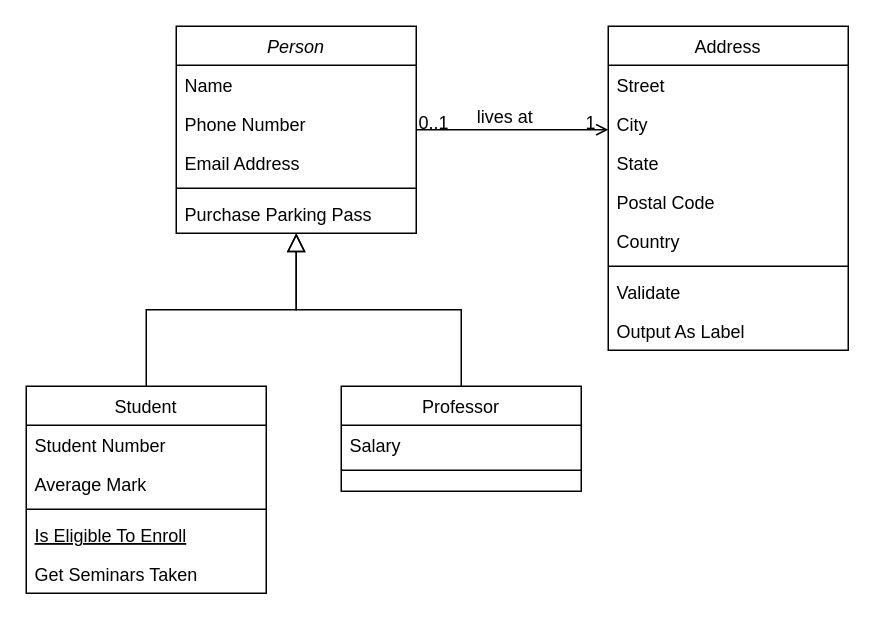
Another-Ashl3y/monarchytiles keeps this draw.io diagram as DevLog/Class Diagram.drawio. Above is the earlier version. Source tidied: cells renumbered, new cells numbered last; positions are measured from the earlier drawing's top-left corner, leaving out a move shared by most shapes. Both pictures are drawn from the tidied source at 150%, with x=0, y=0 at pixel (26, 26).
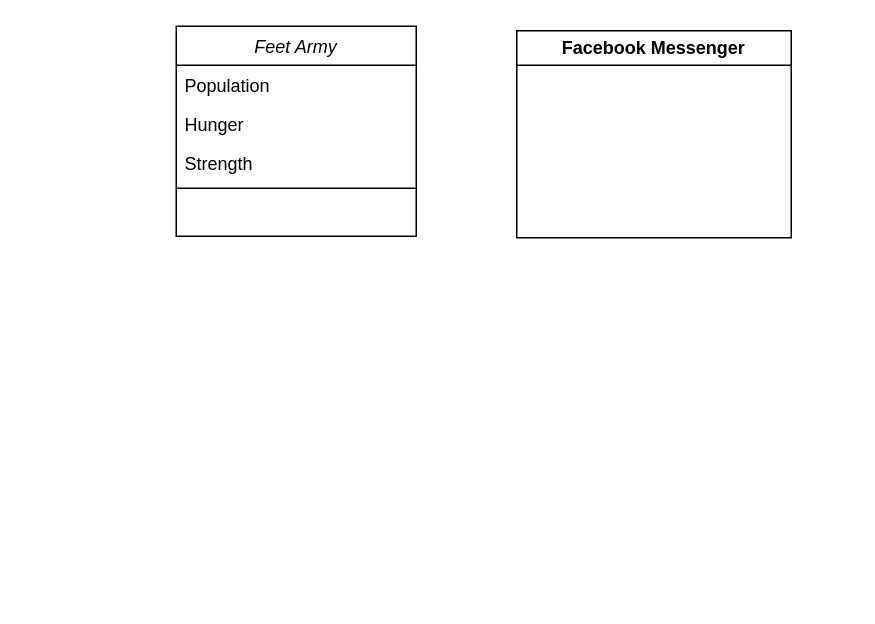
The same diagram, later.

Change to the diagram source:
```diff
@@
-    <mxCell id="2" value="Person" style="swimlane;fontStyle=2;align=center;verticalAlign=top;horizontal=1;startSize=26;rounded=0;shadow=0;strokeWidth=1;" parent="1" vertex="1">
-      <mxGeometry x="100" width="160" height="138" as="geometry" />
+    <mxCell id="2" value="Feet Army" style="swimlane;fontStyle=2;align=center;verticalAlign=top;horizontal=1;startSize=26;rounded=0;shadow=0;strokeWidth=1;" parent="1" vertex="1">
+      <mxGeometry x="100" width="160" height="140" as="geometry" />
     </mxCell>
-    <mxCell id="3" value="Name" style="text;align=left;verticalAlign=top;spacingLeft=4;spacingRight=4;overflow=hidden;" parent="2" vertex="1">
+    <mxCell id="3" value="Population" style="text;align=left;verticalAlign=top;spacingLeft=4;spacingRight=4;overflow=hidden;" parent="2" vertex="1">
       <mxGeometry y="26" width="160" height="26" as="geometry" />
     </mxCell>
-    <mxCell id="4" value="Phone Number" style="text;align=left;verticalAlign=top;spacingLeft=4;spacingRight=4;overflow=hidden;rounded=0;shadow=0;html=0;" parent="2" vertex="1">
+    <mxCell id="4" value="Hunger" style="text;align=left;verticalAlign=top;spacingLeft=4;spacingRight=4;overflow=hidden;rounded=0;shadow=0;html=0;" parent="2" vertex="1">
       <mxGeometry y="52" width="160" height="26" as="geometry" />
     </mxCell>
-    <mxCell id="5" value="Email Address" style="text;align=left;verticalAlign=top;spacingLeft=4;spacingRight=4;overflow=hidden;rounded=0;shadow=0;html=0;" parent="2" vertex="1">
+    <mxCell id="5" value="Strength" style="text;align=left;verticalAlign=top;spacingLeft=4;spacingRight=4;overflow=hidden;rounded=0;shadow=0;html=0;" parent="2" vertex="1">
       <mxGeometry y="78" width="160" height="26" as="geometry" />
     </mxCell>
@@
-    <mxCell id="7" value="Purchase Parking Pass" style="text;align=left;verticalAlign=top;spacingLeft=4;spacingRight=4;overflow=hidden;" parent="2" vertex="1">
-      <mxGeometry y="112" width="160" height="26" as="geometry" />
-    </mxCell>
-    <mxCell id="8" value="Student" style="swimlane;fontStyle=0;align=center;verticalAlign=top;horizontal=1;startSize=26;rounded=0;shadow=0;strokeWidth=1;" parent="1" vertex="1">
-      <mxGeometry y="240" width="160" height="138" as="geometry" />
-    </mxCell>
-    <mxCell id="9" value="Student Number" style="text;align=left;verticalAlign=top;spacingLeft=4;spacingRight=4;overflow=hidden;" parent="8" vertex="1">
-      <mxGeometry y="26" width="160" height="26" as="geometry" />
-    </mxCell>
-    <mxCell id="10" value="Average Mark" style="text;align=left;verticalAlign=top;spacingLeft=4;spacingRight=4;overflow=hidden;rounded=0;shadow=0;html=0;" parent="8" vertex="1">
-      <mxGeometry y="52" width="160" height="26" as="geometry" />
-    </mxCell>
-    <mxCell id="11" style="line;html=1;strokeWidth=1;align=left;verticalAlign=middle;spacingTop=-1;spacingLeft=3;spacingRight=3;labelPosition=right;" parent="8" vertex="1">
-      <mxGeometry y="78" width="160" height="8" as="geometry" />
-    </mxCell>
-    <mxCell id="12" value="Is Eligible To Enroll" style="text;align=left;verticalAlign=top;spacingLeft=4;spacingRight=4;overflow=hidden;fontStyle=4;" parent="8" vertex="1">
-      <mxGeometry y="86" width="160" height="26" as="geometry" />
-    </mxCell>
-    <mxCell id="13" value="Get Seminars Taken" style="text;align=left;verticalAlign=top;spacingLeft=4;spacingRight=4;overflow=hidden;" parent="8" vertex="1">
-      <mxGeometry y="112" width="160" height="26" as="geometry" />
-    </mxCell>
-    <mxCell id="14" style="endArrow=block;endSize=10;endFill=0;shadow=0;strokeWidth=1;rounded=0;curved=0;edgeStyle=elbowEdgeStyle;elbow=vertical;" parent="1" edge="1" source="8" target="2">
-      <mxGeometry relative="1" as="geometry" />
-    </mxCell>
-    <mxCell id="15" value="Professor" style="swimlane;fontStyle=0;align=center;verticalAlign=top;horizontal=1;startSize=26;rounded=0;shadow=0;strokeWidth=1;" parent="1" vertex="1">
-      <mxGeometry x="210" y="240" width="160" height="70" as="geometry" />
-    </mxCell>
-    <mxCell id="16" value="Salary" style="text;align=left;verticalAlign=top;spacingLeft=4;spacingRight=4;overflow=hidden;" parent="15" vertex="1">
-      <mxGeometry y="26" width="160" height="26" as="geometry" />
-    </mxCell>
-    <mxCell id="17" style="line;html=1;strokeWidth=1;align=left;verticalAlign=middle;spacingTop=-1;spacingLeft=3;spacingRight=3;labelPosition=right;" parent="15" vertex="1">
-      <mxGeometry y="52" width="160" height="8" as="geometry" />
-    </mxCell>
-    <mxCell id="18" style="endArrow=block;endSize=10;endFill=0;shadow=0;strokeWidth=1;rounded=0;curved=0;edgeStyle=elbowEdgeStyle;elbow=vertical;" parent="1" edge="1" source="15" target="2">
-      <mxGeometry relative="1" as="geometry" />
-    </mxCell>
-    <mxCell id="19" value="Address" style="swimlane;fontStyle=0;align=center;verticalAlign=top;horizontal=1;startSize=26;rounded=0;shadow=0;strokeWidth=1;" parent="1" vertex="1">
-      <mxGeometry x="388" width="160" height="216" as="geometry" />
-    </mxCell>
-    <mxCell id="20" value="Street" style="text;align=left;verticalAlign=top;spacingLeft=4;spacingRight=4;overflow=hidden;" parent="19" vertex="1">
-      <mxGeometry y="26" width="160" height="26" as="geometry" />
-    </mxCell>
-    <mxCell id="21" value="City" style="text;align=left;verticalAlign=top;spacingLeft=4;spacingRight=4;overflow=hidden;rounded=0;shadow=0;html=0;" parent="19" vertex="1">
-      <mxGeometry y="52" width="160" height="26" as="geometry" />
-    </mxCell>
-    <mxCell id="22" value="State" style="text;align=left;verticalAlign=top;spacingLeft=4;spacingRight=4;overflow=hidden;rounded=0;shadow=0;html=0;" parent="19" vertex="1">
-      <mxGeometry y="78" width="160" height="26" as="geometry" />
-    </mxCell>
-    <mxCell id="23" value="Postal Code" style="text;align=left;verticalAlign=top;spacingLeft=4;spacingRight=4;overflow=hidden;rounded=0;shadow=0;html=0;" parent="19" vertex="1">
-      <mxGeometry y="104" width="160" height="26" as="geometry" />
-    </mxCell>
-    <mxCell id="24" value="Country" style="text;align=left;verticalAlign=top;spacingLeft=4;spacingRight=4;overflow=hidden;rounded=0;shadow=0;html=0;" parent="19" vertex="1">
-      <mxGeometry y="130" width="160" height="26" as="geometry" />
-    </mxCell>
-    <mxCell id="25" style="line;html=1;strokeWidth=1;align=left;verticalAlign=middle;spacingTop=-1;spacingLeft=3;spacingRight=3;labelPosition=right;" parent="19" vertex="1">
-      <mxGeometry y="156" width="160" height="8" as="geometry" />
-    </mxCell>
-    <mxCell id="26" value="Validate" style="text;align=left;verticalAlign=top;spacingLeft=4;spacingRight=4;overflow=hidden;" parent="19" vertex="1">
-      <mxGeometry y="164" width="160" height="26" as="geometry" />
-    </mxCell>
-    <mxCell id="27" value="Output As Label" style="text;align=left;verticalAlign=top;spacingLeft=4;spacingRight=4;overflow=hidden;" parent="19" vertex="1">
-      <mxGeometry y="190" width="160" height="26" as="geometry" />
-    </mxCell>
-    <mxCell id="28" style="endArrow=open;shadow=0;strokeWidth=1;rounded=0;curved=0;endFill=1;edgeStyle=elbowEdgeStyle;elbow=vertical;" parent="1" edge="1" source="2" target="19">
-      <mxGeometry x="0.5" y="41" relative="1" as="geometry">
-        <mxPoint x="-40" y="32" as="offset" />
-      </mxGeometry>
-    </mxCell>
-    <mxCell id="29" value="0..1" style="align=left;verticalAlign=bottom;labelBackgroundColor=none;fontSize=12;" parent="28" vertex="1">
-      <mxGeometry x="-1" relative="1" as="geometry">
-        <mxPoint y="4" as="offset" />
-      </mxGeometry>
-    </mxCell>
-    <mxCell id="30" value="1" style="align=right;verticalAlign=bottom;labelBackgroundColor=none;fontSize=12;" parent="28" vertex="1">
-      <mxGeometry x="1" relative="1" as="geometry">
-        <mxPoint x="-7" y="4" as="offset" />
-      </mxGeometry>
-    </mxCell>
-    <mxCell id="31" value="lives at" style="text;html=1;align=center;verticalAlign=middle;labelBackgroundColor=none;rounded=0;shadow=0;strokeWidth=1;fontSize=12;" parent="28" vertex="1">
-      <mxGeometry x="0.5" y="49" relative="1" as="geometry">
-        <mxPoint x="-38" y="40" as="offset" />
-      </mxGeometry>
-    </mxCell>
+    <mxCell id="32" value="Facebook Messenger" style="swimlane;whiteSpace=wrap;html=1;" parent="1" vertex="1">
+      <mxGeometry x="327" y="3" width="183" height="138" as="geometry" />
+    </mxCell>
```
